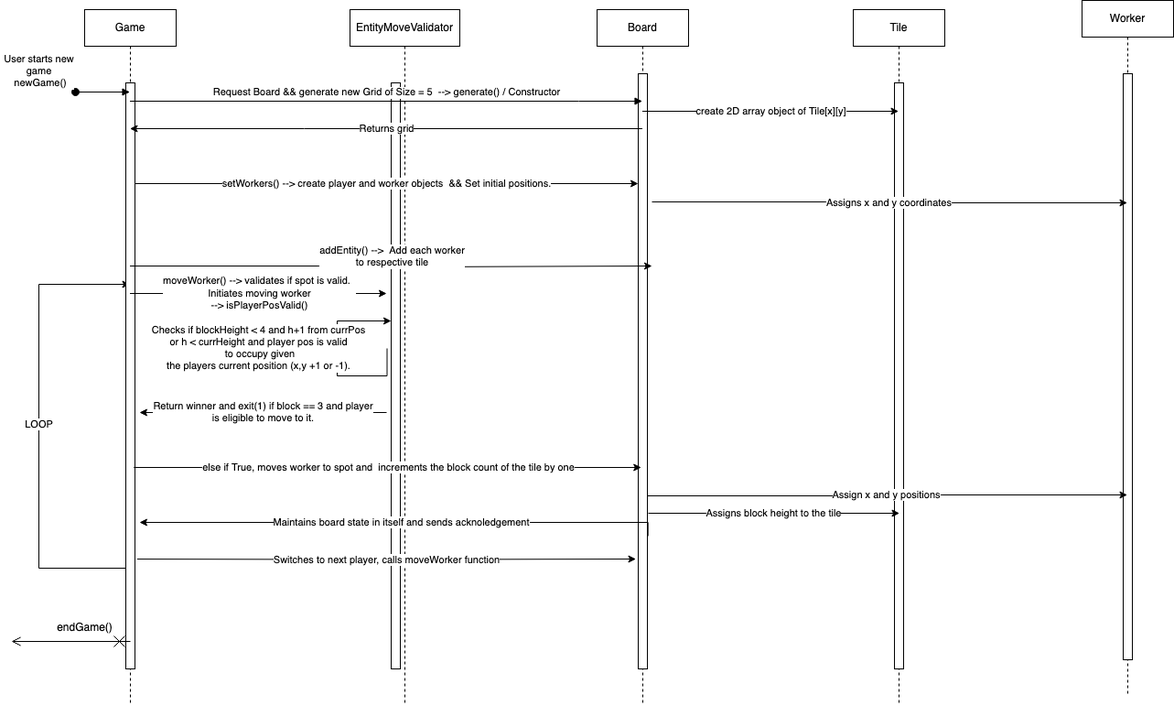
This is build_justification.drawio.png from rajathmCMU/f23-lab04, a draw.io export, as it was before one commit. Source tidied: cells renumbered, new cells last; positions are measured from the earlier drawing's top-left corner, leaving out a move shared by most shapes.
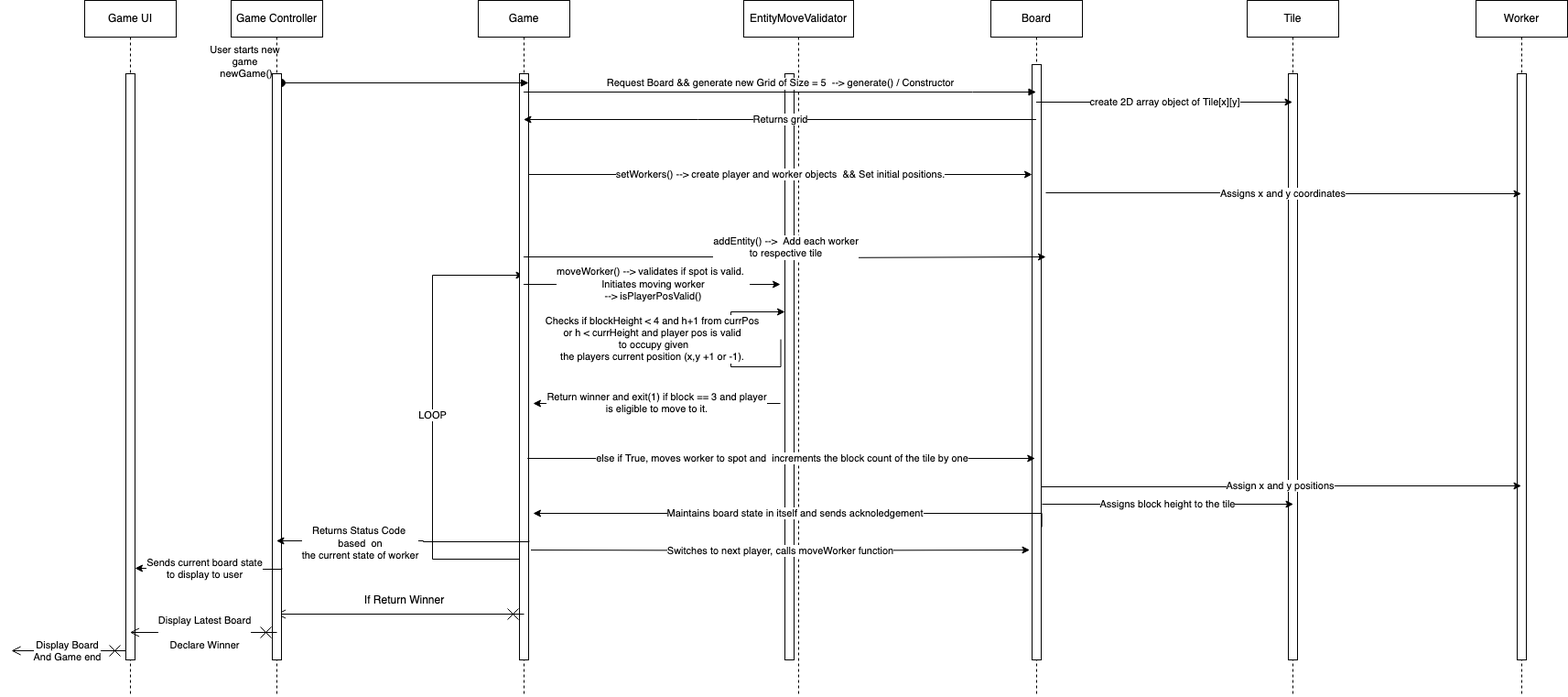
After the commit.

What changed in the source:
```diff
@@ -17,7 +17,7 @@
       <mxGeometry x="45" y="80" width="10" height="640" as="geometry" />
     </mxCell>
     <mxCell id="5" value="&lt;div&gt;Worker&lt;/div&gt;" style="shape=umlLifeline;perimeter=lifelinePerimeter;whiteSpace=wrap;html=1;outlineConnect=0;portConstraint=eastwest;newEdgeStyle={&quot;curved&quot;:0,&quot;rounded&quot;:0};" parent="1" vertex="1">
-      <mxGeometry x="1170" width="100" height="760" as="geometry" />
+      <mxGeometry x="1170" y="10" width="100" height="760" as="geometry" />
     </mxCell>
     <mxCell id="6" style="html=1;perimeter=orthogonalPerimeter;targetShapes=umlLifeline;newEdgeStyle={&quot;curved&quot;:0,&quot;rounded&quot;:0};" parent="5" vertex="1">
       <mxGeometry x="45" y="80" width="10" height="640" as="geometry" />
@@ -51,9 +51,10 @@
     <mxCell id="13" style="html=1;perimeter=orthogonalPerimeter;targetShapes=umlLifeline;newEdgeStyle={&quot;curved&quot;:0,&quot;rounded&quot;:0};" parent="11" vertex="1">
       <mxGeometry x="45" y="80" width="10" height="640" as="geometry" />
     </mxCell>
-    <mxCell id="14" value="&lt;div&gt;User starts new&lt;/div&gt;&lt;div&gt;game&lt;/div&gt;&amp;nbsp;newGame()" style="html=1;verticalAlign=bottom;startArrow=oval;startFill=1;endArrow=block;startSize=8;curved=0;rounded=0;" parent="1" edge="1" target="2">
+    <mxCell id="14" value="&lt;div&gt;User starts new&lt;/div&gt;&lt;div&gt;game&lt;/div&gt;&amp;nbsp;newGame()" style="html=1;verticalAlign=bottom;startArrow=oval;startFill=1;endArrow=block;startSize=8;curved=0;rounded=0;" parent="1" edge="1">
       <mxGeometry x="-1" y="-40" relative="1" as="geometry">
-        <mxPoint x="70" y="100" as="sourcePoint" />
+        <mxPoint x="-135" y="100" as="sourcePoint" />
+        <mxPoint x="135" y="100" as="targetPoint" />
         <mxPoint x="-40" y="-40" as="offset" />
       </mxGeometry>
     </mxCell>
@@ -66,12 +67,12 @@
     </mxCell>
     <mxCell id="16" style="endArrow=open;startArrow=cross;endFill=0;startFill=0;endSize=8;startSize=10;html=1;rounded=0;" parent="1" edge="1">
       <mxGeometry relative="1" as="geometry">
-        <mxPoint x="130" y="700" as="sourcePoint" />
-        <mxPoint y="700" as="targetPoint" />
+        <mxPoint x="130" y="680" as="sourcePoint" />
+        <mxPoint x="-140.5" y="680" as="targetPoint" />
       </mxGeometry>
     </mxCell>
-    <mxCell id="17" value="&lt;div&gt;endGame()&lt;/div&gt;" style="text;html=1;align=center;verticalAlign=middle;strokeColor=none;fillColor=none;" parent="1" vertex="1">
-      <mxGeometry x="40" y="670" width="80" height="30" as="geometry" />
+    <mxCell id="17" value="If Return Winner" style="text;html=1;align=center;verticalAlign=middle;strokeColor=none;fillColor=none;" parent="1" vertex="1">
+      <mxGeometry x="-56" y="650" width="110" height="30" as="geometry" />
     </mxCell>
     <mxCell id="18" value="&lt;div&gt;create 2D array object of Tile[x][y]&lt;br&gt;&lt;/div&gt;" style="edgeStyle=orthogonalEdgeStyle;rounded=0;jettySize=auto;html=1;curved=0;" parent="1" edge="1" source="9" target="7">
       <mxGeometry relative="1" as="geometry">
@@ -176,5 +177,68 @@
         </Array>
       </mxGeometry>
     </mxCell>
+    <mxCell id="30" value="Game Controller" style="shape=umlLifeline;perimeter=lifelinePerimeter;whiteSpace=wrap;html=1;outlineConnect=0;portConstraint=eastwest;newEdgeStyle={&quot;curved&quot;:0,&quot;rounded&quot;:0};" parent="1" vertex="1">
+      <mxGeometry x="-190" y="10" width="100" height="760" as="geometry" />
+    </mxCell>
+    <mxCell id="31" style="html=1;perimeter=orthogonalPerimeter;targetShapes=umlLifeline;newEdgeStyle={&quot;curved&quot;:0,&quot;rounded&quot;:0};" parent="30" vertex="1">
+      <mxGeometry x="45" y="80" width="10" height="640" as="geometry" />
+    </mxCell>
+    <mxCell id="32" value="Game UI" style="shape=umlLifeline;perimeter=lifelinePerimeter;whiteSpace=wrap;html=1;outlineConnect=0;portConstraint=eastwest;newEdgeStyle={&quot;curved&quot;:0,&quot;rounded&quot;:0};" parent="1" vertex="1">
+      <mxGeometry x="-350" y="10" width="100" height="760" as="geometry" />
+    </mxCell>
+    <mxCell id="33" style="html=1;points=[[0,0,0,0,5],[0,1,0,0,-5],[1,0,0,0,5],[1,1,0,0,-5]];perimeter=orthogonalPerimeter;outlineConnect=0;targetShapes=umlLifeline;portConstraint=eastwest;newEdgeStyle={&quot;curved&quot;:0,&quot;rounded&quot;:0};" parent="32" vertex="1">
+      <mxGeometry x="45" y="80" width="10" height="640" as="geometry" />
+    </mxCell>
+    <mxCell id="34" style="edgeStyle=orthogonalEdgeStyle;rounded=0;jettySize=auto;html=1;curved=0;" parent="1" edge="1" target="30">
+      <mxGeometry relative="1" as="geometry">
+        <mxPoint x="135.5" y="600" as="sourcePoint" />
+        <Array as="points">
+          <mxPoint x="136" y="601" />
+          <mxPoint x="20" y="601" />
+          <mxPoint x="20" y="600" />
+        </Array>
+      </mxGeometry>
+    </mxCell>
+    <mxCell id="35" value="&lt;div&gt;Returns Status Code&amp;nbsp;&lt;/div&gt;&lt;div&gt;based&amp;nbsp; on&lt;/div&gt;&lt;div&gt;the current state of worker&lt;br&gt;&lt;/div&gt;" style="edgeLabel;html=1;align=center;verticalAlign=middle;" parent="34" vertex="1">
+      <mxGeometry x="0.61" y="2" relative="1" as="geometry">
+        <mxPoint x="36" as="offset" />
+      </mxGeometry>
+    </mxCell>
+    <mxCell id="36" style="edgeStyle=orthogonalEdgeStyle;rounded=0;jettySize=auto;html=1;curved=0;" parent="1" edge="1" target="33">
+      <mxGeometry relative="1" as="geometry">
+        <mxPoint x="-134.5" y="630" as="sourcePoint" />
+        <Array as="points">
+          <mxPoint x="-134" y="631" />
+          <mxPoint x="-215" y="631" />
+          <mxPoint x="-215" y="630" />
+        </Array>
+      </mxGeometry>
+    </mxCell>
+    <mxCell id="37" value="&lt;div&gt;Sends current board state&lt;/div&gt;&lt;div&gt;to display to user&lt;br&gt;&lt;/div&gt;" style="edgeLabel;html=1;align=center;verticalAlign=middle;" parent="36" vertex="1">
+      <mxGeometry x="0.41" relative="1" as="geometry">
+        <mxPoint x="27" as="offset" />
+      </mxGeometry>
+    </mxCell>
+    <mxCell id="38" style="endArrow=open;startArrow=cross;endFill=0;startFill=0;endSize=8;startSize=10;html=1;rounded=0;" parent="1" edge="1" target="32">
+      <mxGeometry relative="1" as="geometry">
+        <mxPoint x="-140" y="700" as="sourcePoint" />
+      </mxGeometry>
+    </mxCell>
+    <mxCell id="39" value="&lt;div&gt;Display Latest Board &lt;br&gt;&lt;/div&gt;&lt;br&gt;Declare Winner" style="edgeLabel;html=1;align=center;verticalAlign=middle;" parent="38" vertex="1">
+      <mxGeometry x="-0.25" y="1" relative="1" as="geometry">
+        <mxPoint x="-20" y="-1" as="offset" />
+      </mxGeometry>
+    </mxCell>
+    <mxCell id="40" style="endArrow=open;startArrow=cross;endFill=0;startFill=0;endSize=8;startSize=10;html=1;rounded=0;" parent="1" edge="1">
+      <mxGeometry relative="1" as="geometry">
+        <mxPoint x="-305" y="720" as="sourcePoint" />
+        <mxPoint x="-430" y="720" as="targetPoint" />
+      </mxGeometry>
+    </mxCell>
+    <mxCell id="41" value="&lt;div&gt;Display Board&lt;br&gt;&lt;/div&gt;&lt;div&gt;And Game end&lt;br&gt;&lt;/div&gt;" style="edgeLabel;html=1;align=center;verticalAlign=middle;" parent="40" vertex="1">
+      <mxGeometry x="0.36" y="-2" relative="1" as="geometry">
+        <mxPoint x="20" y="2" as="offset" />
+      </mxGeometry>
+    </mxCell>
   </root>
 </mxGraphModel>
```
